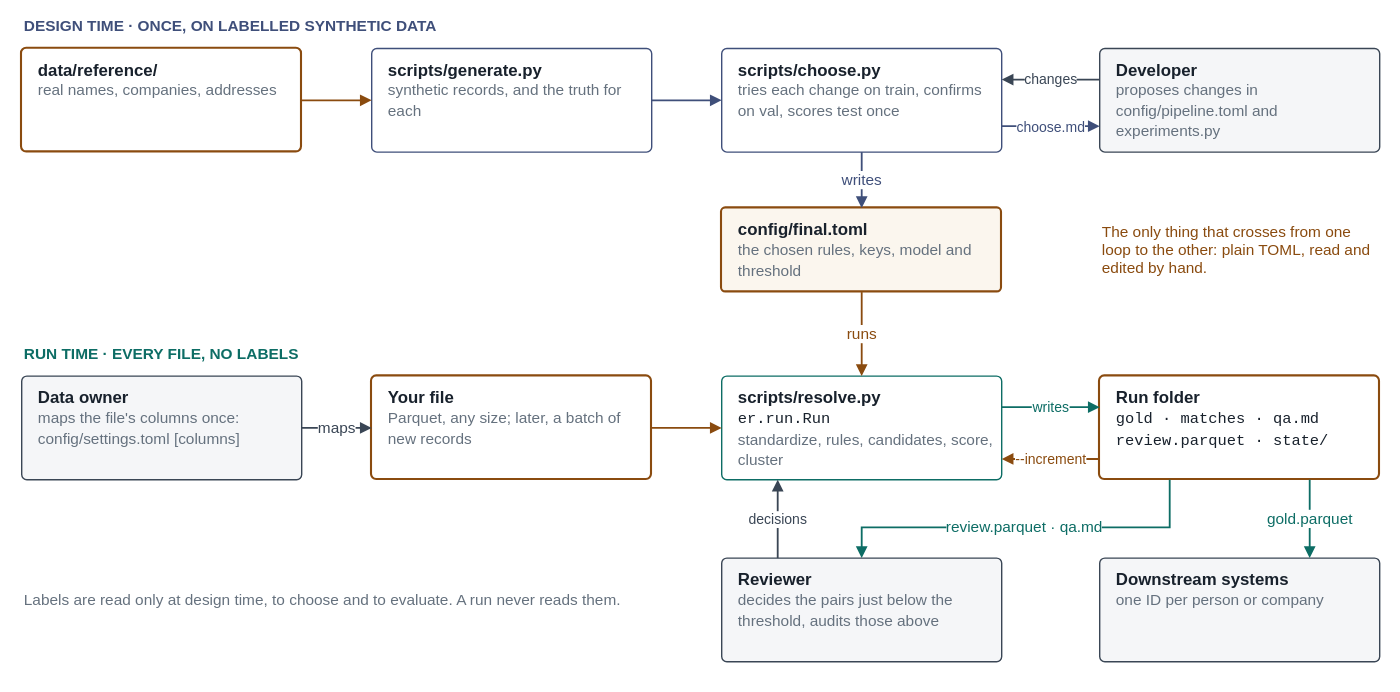
The draw.io diagram docs/architecture-context.drawio.svg in mvsbm/entity_matching, before a commit. Source tidied: cells renumbered, new cells last; positions are measured from the earlier drawing's top-left corner, leaving out a move shared by most shapes.
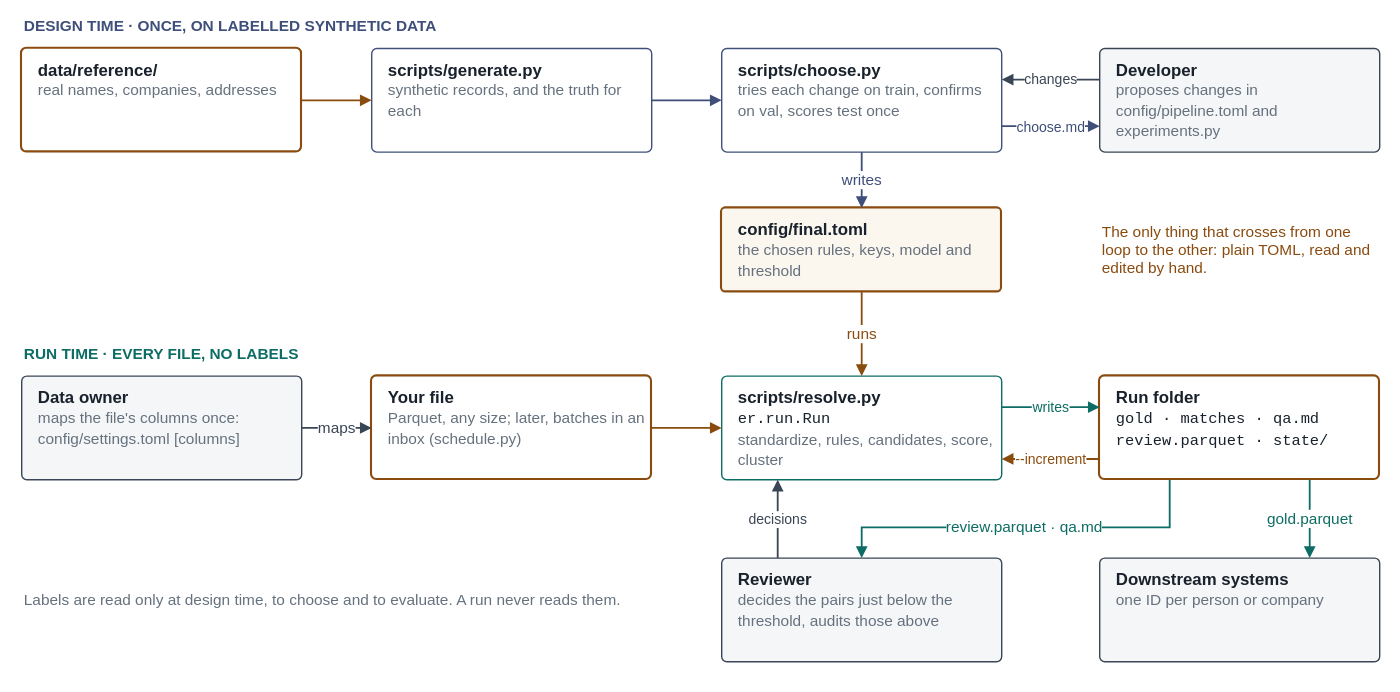
After the change.

Change to the diagram source:
```diff
@@ -44,7 +44,7 @@
     <mxCell id="15" value="&lt;b&gt;Data owner&lt;/b&gt;&lt;br&gt;&lt;font color=&quot;#65717e&quot; style=&quot;font-size:11px&quot;&gt;maps the file&amp;#x27;s columns once: config/settings.toml [columns]&lt;/font&gt;" style="rounded=1;arcSize=5;whiteSpace=wrap;html=1;align=left;verticalAlign=top;spacingLeft=10;spacingTop=2;fontFamily=Helvetica;fontSize=12;fontColor=#18212c;fillColor=#ffffff;strokeColor=#3a4655;fillColor=#f5f6f8;" parent="1" vertex="1">
       <mxGeometry y="260" width="200" height="74" as="geometry" />
     </mxCell>
-    <mxCell id="16" value="&lt;b&gt;Your file&lt;/b&gt;&lt;br&gt;&lt;font color=&quot;#65717e&quot; style=&quot;font-size:11px&quot;&gt;Parquet, any size; later, a batch of new records&lt;/font&gt;" style="rounded=1;arcSize=5;whiteSpace=wrap;html=1;align=left;verticalAlign=top;spacingLeft=10;spacingTop=2;fontFamily=Helvetica;fontSize=12;fontColor=#18212c;fillColor=#ffffff;strokeColor=#8a4b0f;strokeWidth=1.5;" parent="1" vertex="1">
+    <mxCell id="16" value="&lt;b&gt;Your file&lt;/b&gt;&lt;br&gt;&lt;font color=&quot;#65717e&quot; style=&quot;font-size:11px&quot;&gt;Parquet, any size; later, batches in an inbox (schedule.py)&lt;/font&gt;" style="rounded=1;arcSize=5;whiteSpace=wrap;html=1;align=left;verticalAlign=top;spacingLeft=10;spacingTop=2;fontFamily=Helvetica;fontSize=12;fontColor=#18212c;fillColor=#ffffff;strokeColor=#8a4b0f;strokeWidth=1.5;" parent="1" vertex="1">
       <mxGeometry x="250" y="260" width="200" height="74" as="geometry" />
     </mxCell>
     <mxCell id="17" value="&lt;b&gt;scripts/resolve.py&lt;/b&gt;&lt;br&gt;&lt;font face=&quot;Courier New&quot; style=&quot;font-size:11px&quot;&gt;er.run.Run&lt;/font&gt;&lt;br&gt;&lt;font color=&quot;#65717e&quot; style=&quot;font-size:11px&quot;&gt;standardize, rules, candidates, score, cluster&lt;/font&gt;" style="rounded=1;arcSize=5;whiteSpace=wrap;html=1;align=left;verticalAlign=top;spacingLeft=10;spacingTop=2;fontFamily=Helvetica;fontSize=12;fontColor=#18212c;fillColor=#ffffff;strokeColor=#0d6d65;" parent="1" vertex="1">
```
